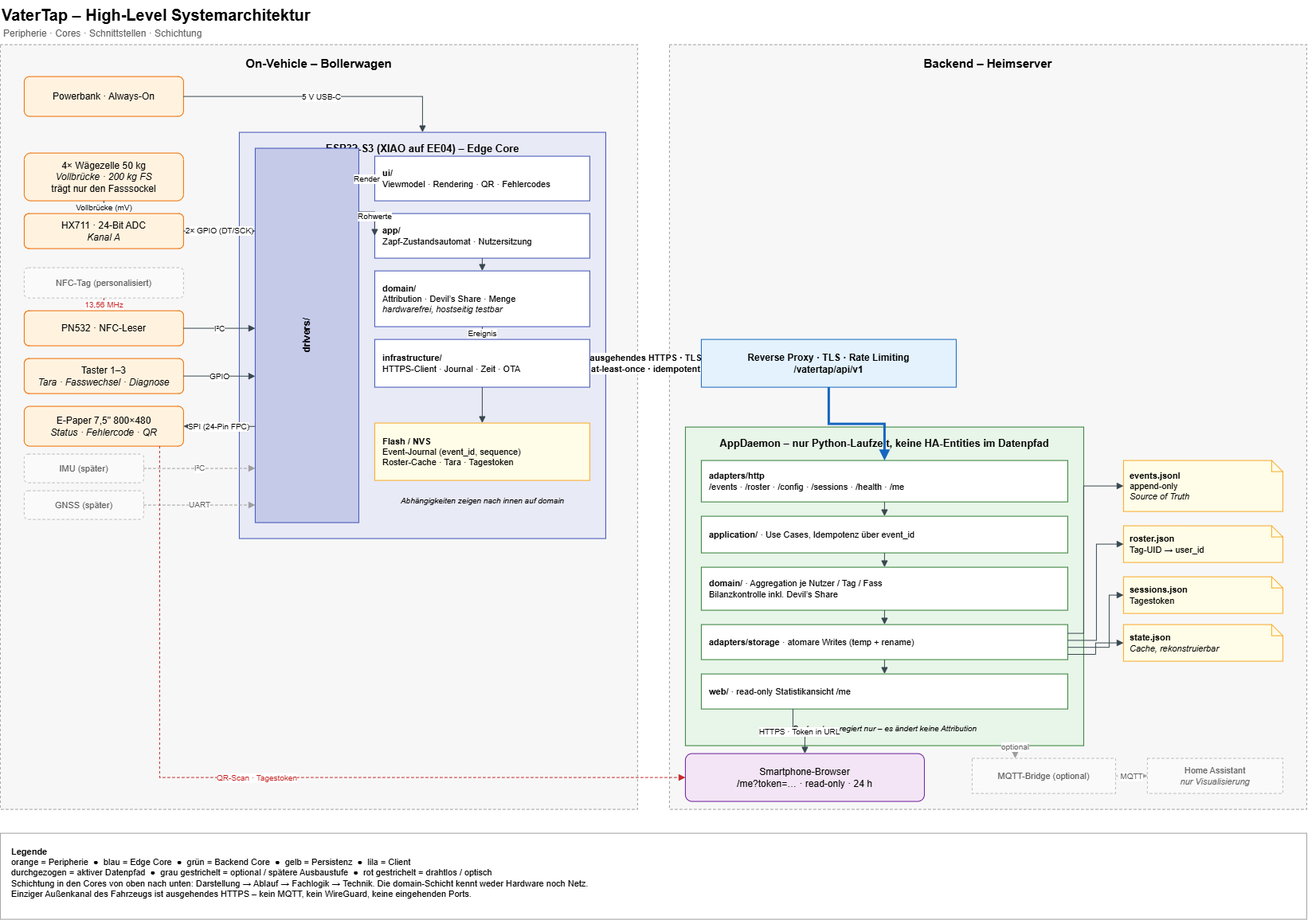
This is docs/architecture/diagrams/system-overview.png from Chesterfield93/VaterTap, a draw.io export, as it was before one commit. Source tidied: cells renumbered, new cells last; positions are measured from the earlier drawing's top-left corner, leaving out a move shared by most shapes.
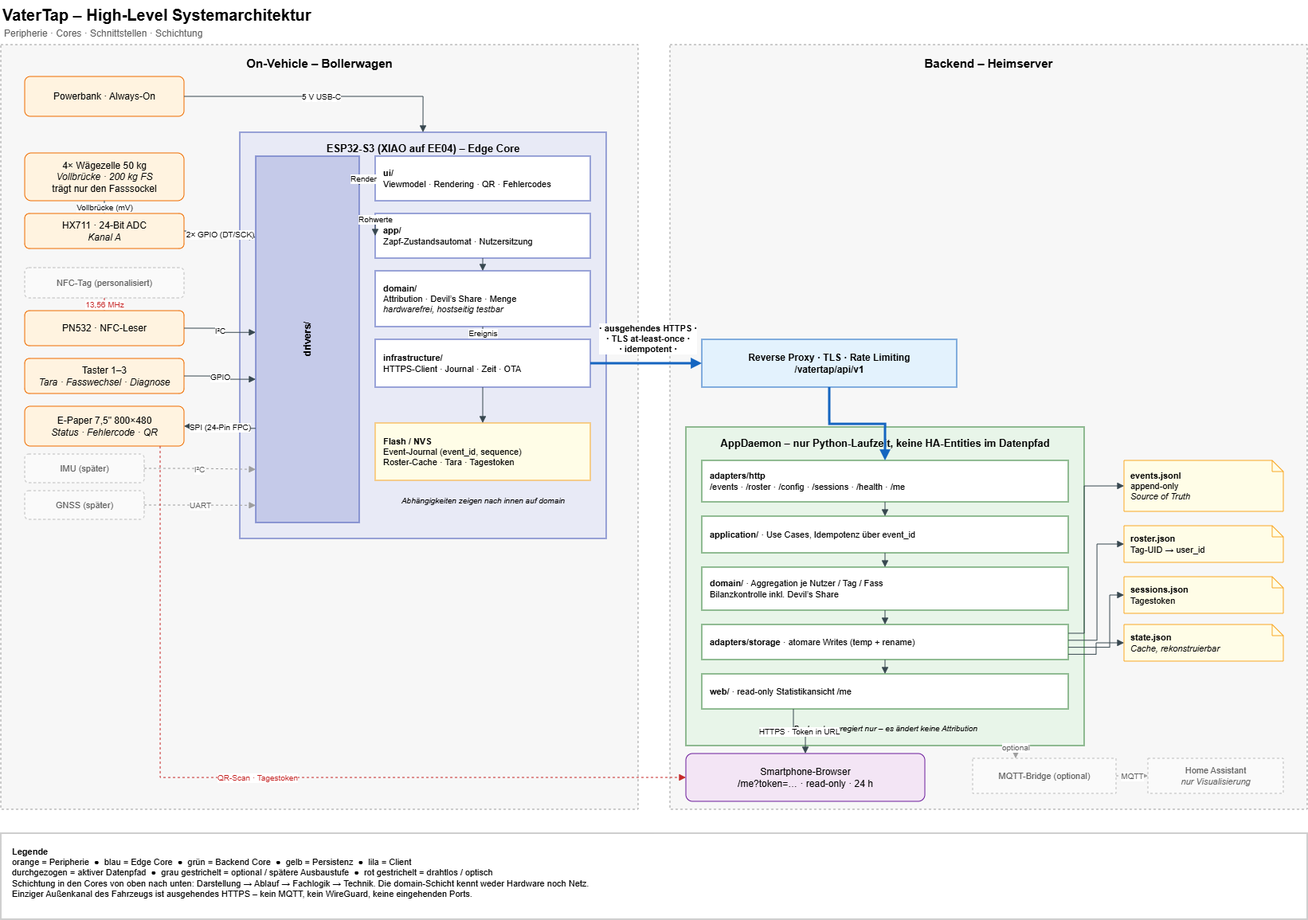
Above is the later version.

Commit message:
Update architecture drawing

Change to the diagram source:
```diff
@@ -45,7 +45,7 @@
       <mxGeometry x="300" y="166" width="460" height="510" as="geometry" />
     </mxCell>
     <mxCell id="16" value="drivers/" style="rounded=0;whiteSpace=wrap;html=1;fillColor=#C5CAE9;strokeColor=#3F51B5;fontSize=12;fontStyle=1;horizontal=0;" parent="1" vertex="1">
-      <mxGeometry x="320" y="186" width="130" height="470" as="geometry" />
+      <mxGeometry x="320" y="196" width="130" height="460" as="geometry" />
     </mxCell>
     <mxCell id="17" value="&lt;b&gt;ui/&lt;/b&gt;&lt;br&gt;Viewmodel · Rendering · QR · Fehlercodes" style="rounded=0;whiteSpace=wrap;html=1;fillColor=#FFFFFF;strokeColor=#3F51B5;fontSize=11;align=left;spacingLeft=8;" parent="1" vertex="1">
       <mxGeometry x="470" y="196" width="270" height="56" as="geometry" />
@@ -159,8 +159,8 @@
     <mxCell id="52" style="edgeStyle=orthogonalEdgeStyle;rounded=0;html=1;jettySize=auto;labelBackgroundColor=#FFFFFF;fontSize=10;strokeColor=#37474F;endArrow=block;endFill=1;exitX=0.5;exitY=1;exitDx=0;exitDy=0;entryX=0.5;entryY=0;entryDx=0;entryDy=0;" parent="1" edge="1" source="20" target="21">
       <mxGeometry relative="1" as="geometry" />
     </mxCell>
-    <mxCell id="53" value="ausgehendes HTTPS · TLS&lt;br&gt;at-least-once · idempotent" style="edgeStyle=orthogonalEdgeStyle;rounded=0;html=1;jettySize=auto;labelBackgroundColor=#FFFFFF;fontSize=11;fontStyle=1;strokeColor=#1565C0;strokeWidth=3;endArrow=block;endFill=1;exitX=1;exitY=0.5;exitDx=0;exitDy=0;entryX=0;entryY=0.5;entryDx=0;entryDy=0;" parent="1" edge="1" source="20" target="23">
-      <mxGeometry relative="1" as="geometry" />
+    <mxCell id="53" value="· ausgehendes HTTPS ·&lt;br&gt;&lt;div&gt;&lt;span style=&quot;background-color: light-dark(rgb(255, 255, 255), rgb(18, 18, 18)); color: light-dark(rgb(0, 0, 0), rgb(255, 255, 255));&quot;&gt;·&amp;nbsp;&lt;/span&gt;TLS at-least-once ·&lt;/div&gt;&lt;div&gt;&lt;span style=&quot;background-color: light-dark(rgb(255, 255, 255), rgb(18, 18, 18)); color: light-dark(rgb(0, 0, 0), rgb(255, 255, 255));&quot;&gt;·&amp;nbsp;&lt;/span&gt;idempotent&amp;nbsp;&lt;span style=&quot;background-color: light-dark(rgb(255, 255, 255), rgb(18, 18, 18)); color: light-dark(rgb(0, 0, 0), rgb(255, 255, 255));&quot;&gt;·&lt;/span&gt;&lt;/div&gt;" style="edgeStyle=orthogonalEdgeStyle;rounded=0;html=1;jettySize=auto;labelBackgroundColor=#FFFFFF;fontSize=11;fontStyle=1;strokeColor=#1565C0;strokeWidth=3;endArrow=block;endFill=1;exitX=1;exitY=0.5;exitDx=0;exitDy=0;entryX=0;entryY=0.5;entryDx=0;entryDy=0;" parent="1" edge="1" source="20" target="23">
+      <mxGeometry x="0.03" y="31" relative="1" as="geometry" />
     </mxCell>
     <mxCell id="54" style="edgeStyle=orthogonalEdgeStyle;rounded=0;html=1;jettySize=auto;labelBackgroundColor=#FFFFFF;fontSize=11;fontStyle=1;strokeColor=#1565C0;strokeWidth=3;endArrow=block;endFill=1;exitX=0.5;exitY=1;exitDx=0;exitDy=0;entryX=0.5;entryY=0;entryDx=0;entryDy=0;" parent="1" edge="1" source="23" target="25">
       <mxGeometry relative="1" as="geometry" />
```
